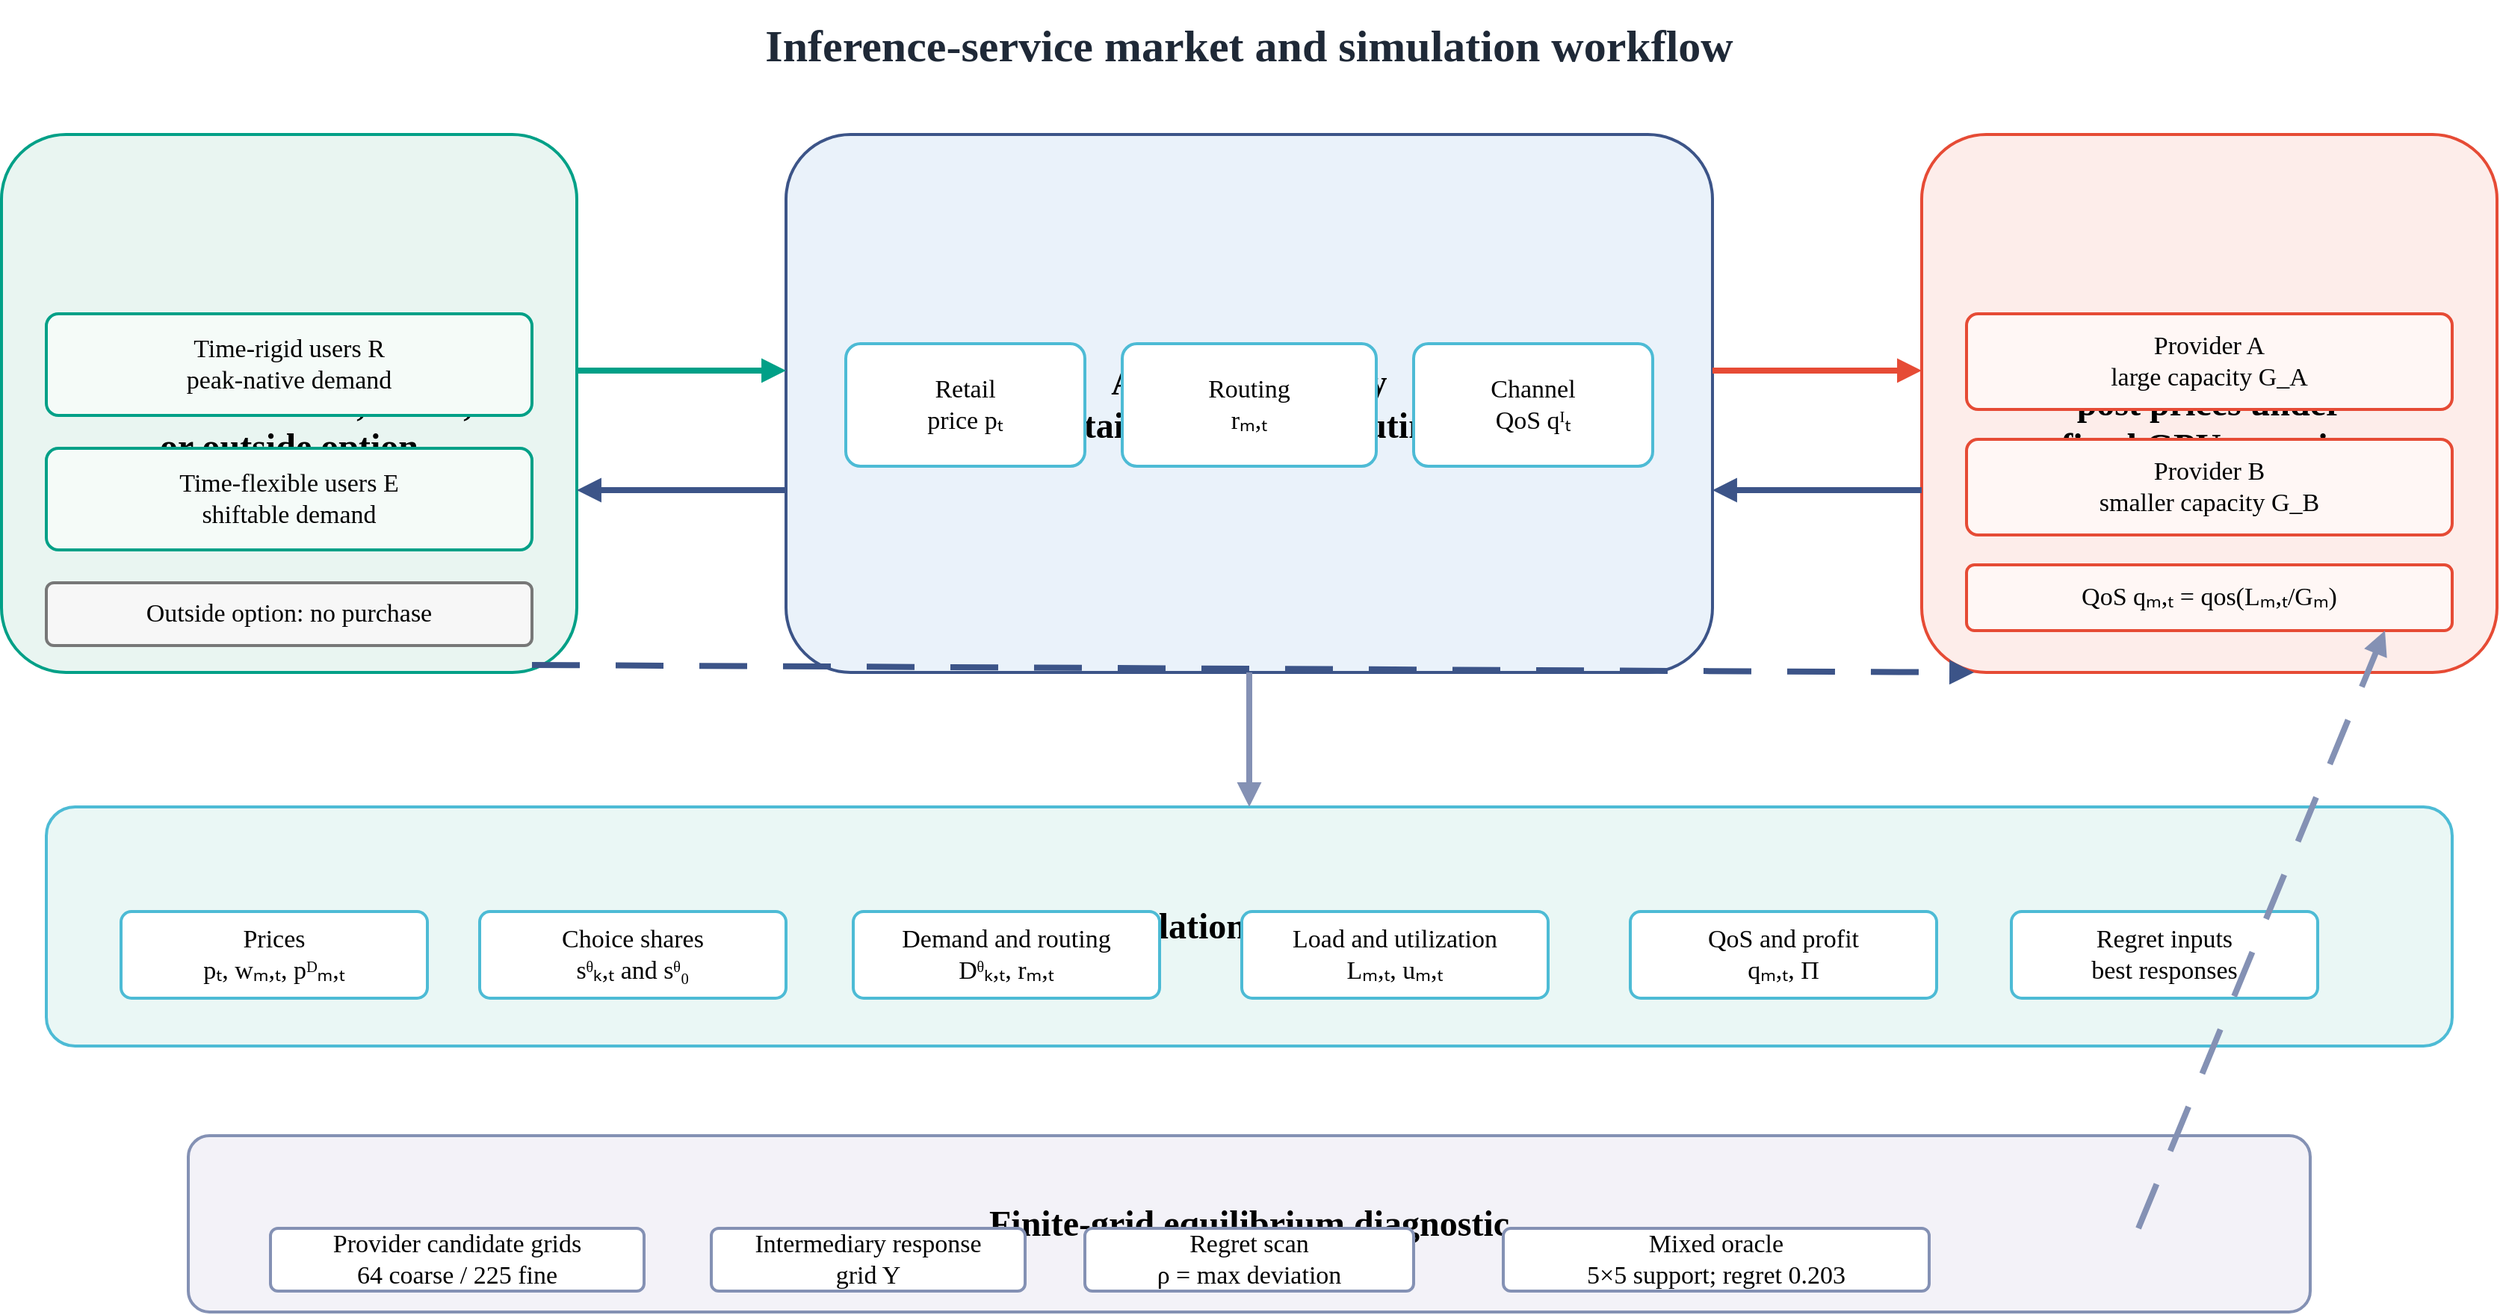
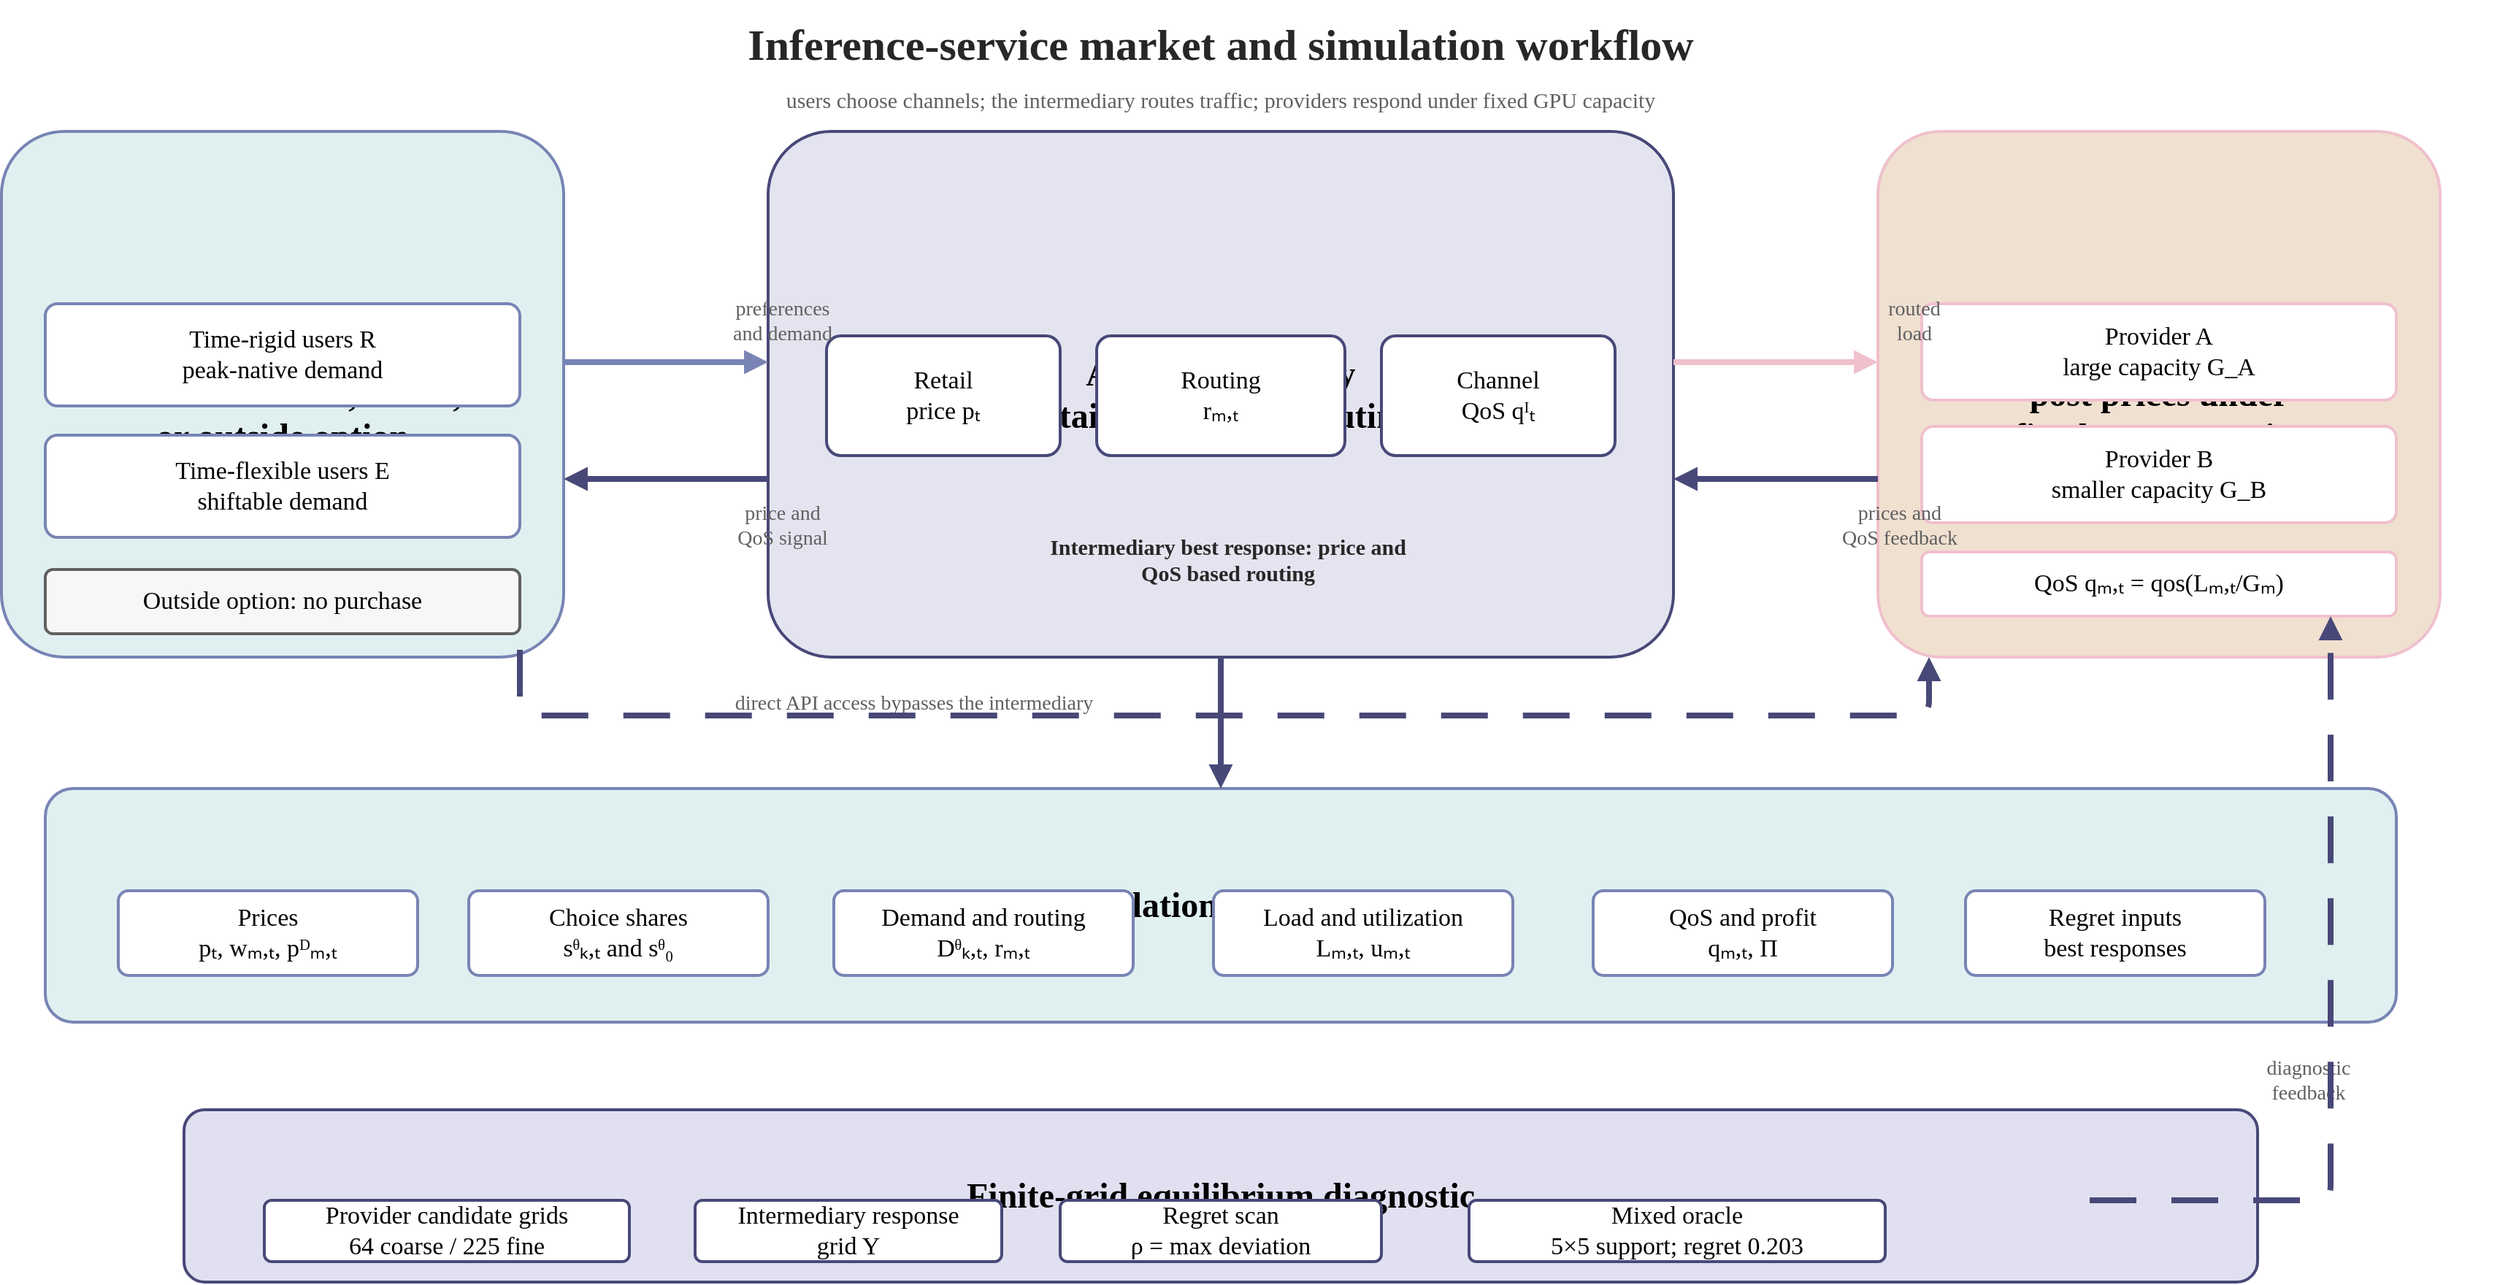
<?xml version='1.0' encoding='UTF-8'?>
<mxfile host="drawio" version="26.0.0">
  <diagram name="Page-1">
    <mxGraphModel dx="1800" dy="1020" grid="1" gridSize="10" guides="1" tooltips="1" connect="1" arrows="1" fold="1" page="1" pageScale="1" pageWidth="1800" pageHeight="1020" math="0" shadow="0">
      <root>
        <mxCell id="0" />
        <mxCell id="1" parent="0" />
-         <mxCell id="2" value="&lt;div&gt;Inference-service market and simulation workflow&lt;/div&gt;" style="text;html=1;strokeColor=none;fillColor=none;whiteSpace=wrap;fontFamily=Times New Roman;fontSize=30;fontColor=#1F2937;fontStyle=1;align=center;verticalAlign=middle;" vertex="1" parent="1">
+         <mxCell id="2" value="&lt;div&gt;Inference-service market and simulation workflow&lt;/div&gt;" style="text;html=1;strokeColor=none;fillColor=none;whiteSpace=wrap;fontFamily=Times New Roman;fontSize=30;fontColor=#272727;fontStyle=1;align=center;verticalAlign=middle;" vertex="1" parent="1">
          <mxGeometry as="geometry" x="520" y="30" width="760" height="60" />
        </mxCell>
-         <mxCell id="3" value="&lt;div&gt;Users&lt;br&gt;choose brokered, direct,&lt;br&gt;or outside option&lt;/div&gt;" style="rounded=1;whiteSpace=wrap;html=1;arcSize=12;fillColor=#E9F5F1;strokeColor=#00A087;strokeWidth=2;fontFamily=Times New Roman;fontSize=24;fontStyle=1;align=center;verticalAlign=middle;" vertex="1" parent="1">
+         <mxCell id="3" value="&lt;div&gt;users choose channels; the intermediary routes traffic; providers respond under fixed GPU capacity&lt;/div&gt;" style="text;html=1;strokeColor=none;fillColor=none;whiteSpace=wrap;fontFamily=Times New Roman;fontSize=15;fontColor=#606060;fontStyle=0;align=center;verticalAlign=middle;" vertex="1" parent="1">
+           <mxGeometry as="geometry" x="470" y="80" width="860" height="35" />
+         </mxCell>
+         <mxCell id="4" value="&lt;div&gt;Users&lt;br&gt;choose brokered, direct,&lt;br&gt;or outside option&lt;/div&gt;" style="rounded=1;whiteSpace=wrap;html=1;arcSize=12;fillColor=#E0F0F0;strokeColor=#7884B4;strokeWidth=2;fontFamily=Times New Roman;fontSize=24;fontStyle=1;align=center;verticalAlign=middle;" vertex="1" parent="1">
          <mxGeometry as="geometry" x="65" y="120" width="385" height="360" />
        </mxCell>
-         <mxCell id="4" value="&lt;div&gt;API Intermediary&lt;br&gt;sets retail price pₜ and routing rₘ,ₜ&lt;/div&gt;" style="rounded=1;whiteSpace=wrap;html=1;arcSize=12;fillColor=#EAF2FA;strokeColor=#3C5488;strokeWidth=2;fontFamily=Times New Roman;fontSize=24;fontStyle=1;align=center;verticalAlign=middle;" vertex="1" parent="1">
+         <mxCell id="5" value="&lt;div&gt;API Intermediary&lt;br&gt;sets retail price pₜ and routing rₘ,ₜ&lt;/div&gt;" style="rounded=1;whiteSpace=wrap;html=1;arcSize=12;fillColor=#E4E4F0;strokeColor=#484878;strokeWidth=2;fontFamily=Times New Roman;fontSize=24;fontStyle=1;align=center;verticalAlign=middle;" vertex="1" parent="1">
          <mxGeometry as="geometry" x="590" y="120" width="620" height="360" />
        </mxCell>
-         <mxCell id="5" value="&lt;div&gt;Inference Providers&lt;br&gt;post prices under&lt;br&gt;fixed GPU capacity&lt;/div&gt;" style="rounded=1;whiteSpace=wrap;html=1;arcSize=12;fillColor=#FDEDEA;strokeColor=#E64B35;strokeWidth=2;fontFamily=Times New Roman;fontSize=24;fontStyle=1;align=center;verticalAlign=middle;" vertex="1" parent="1">
+         <mxCell id="6" value="&lt;div&gt;Inference Providers&lt;br&gt;post prices under&lt;br&gt;fixed GPU capacity&lt;/div&gt;" style="rounded=1;whiteSpace=wrap;html=1;arcSize=12;fillColor=#F0E0D0;strokeColor=#F0C0CC;strokeWidth=2;fontFamily=Times New Roman;fontSize=24;fontStyle=1;align=center;verticalAlign=middle;" vertex="1" parent="1">
          <mxGeometry as="geometry" x="1350" y="120" width="385" height="360" />
        </mxCell>
-         <mxCell id="6" value="&lt;div&gt;Simulation fixed point&lt;/div&gt;" style="rounded=1;whiteSpace=wrap;html=1;arcSize=12;fillColor=#EAF7F5;strokeColor=#4DBBD5;strokeWidth=2;fontFamily=Times New Roman;fontSize=24;fontStyle=1;align=center;verticalAlign=middle;" vertex="1" parent="1">
+         <mxCell id="7" value="&lt;div&gt;Simulation fixed point&lt;/div&gt;" style="rounded=1;whiteSpace=wrap;html=1;arcSize=12;fillColor=#E0F0F0;strokeColor=#7884B4;strokeWidth=2;fontFamily=Times New Roman;fontSize=24;fontStyle=1;align=center;verticalAlign=middle;" vertex="1" parent="1">
          <mxGeometry as="geometry" x="95" y="570" width="1610" height="160" />
        </mxCell>
-         <mxCell id="7" value="&lt;div&gt;Finite-grid equilibrium diagnostic&lt;/div&gt;" style="rounded=1;whiteSpace=wrap;html=1;arcSize=12;fillColor=#F3F2F8;strokeColor=#8491B4;strokeWidth=2;fontFamily=Times New Roman;fontSize=24;fontStyle=1;align=center;verticalAlign=middle;" vertex="1" parent="1">
+         <mxCell id="8" value="&lt;div&gt;Finite-grid equilibrium diagnostic&lt;/div&gt;" style="rounded=1;whiteSpace=wrap;html=1;arcSize=12;fillColor=#E0E0F0;strokeColor=#484878;strokeWidth=2;fontFamily=Times New Roman;fontSize=24;fontStyle=1;align=center;verticalAlign=middle;" vertex="1" parent="1">
          <mxGeometry as="geometry" x="190" y="790" width="1420" height="118" />
        </mxCell>
-         <mxCell id="8" value="&lt;div&gt;Time-rigid users R&lt;br&gt;peak-native demand&lt;/div&gt;" style="rounded=1;whiteSpace=wrap;html=1;arcSize=12;fillColor=#F5FBF8;strokeColor=#00A087;strokeWidth=2;fontFamily=Times New Roman;fontSize=17;fontStyle=0;align=center;verticalAlign=middle;" vertex="1" parent="1">
-           <mxGeometry as="geometry" x="95" y="240" width="325" height="68" />
+         <mxCell id="9" value="&lt;div&gt;Time-rigid users R&lt;br&gt;peak-native demand&lt;/div&gt;" style="rounded=1;whiteSpace=wrap;html=1;arcSize=12;fillColor=#FFFFFF;strokeColor=#7884B4;strokeWidth=2;fontFamily=Times New Roman;fontSize=17;fontStyle=0;align=center;verticalAlign=middle;" vertex="1" parent="1">
+           <mxGeometry as="geometry" x="95" y="238" width="325" height="70" />
        </mxCell>
-         <mxCell id="9" value="&lt;div&gt;Time-flexible users E&lt;br&gt;shiftable demand&lt;/div&gt;" style="rounded=1;whiteSpace=wrap;html=1;arcSize=12;fillColor=#F5FBF8;strokeColor=#00A087;strokeWidth=2;fontFamily=Times New Roman;fontSize=17;fontStyle=0;align=center;verticalAlign=middle;" vertex="1" parent="1">
-           <mxGeometry as="geometry" x="95" y="330" width="325" height="68" />
+         <mxCell id="10" value="&lt;div&gt;Time-flexible users E&lt;br&gt;shiftable demand&lt;/div&gt;" style="rounded=1;whiteSpace=wrap;html=1;arcSize=12;fillColor=#FFFFFF;strokeColor=#7884B4;strokeWidth=2;fontFamily=Times New Roman;fontSize=17;fontStyle=0;align=center;verticalAlign=middle;" vertex="1" parent="1">
+           <mxGeometry as="geometry" x="95" y="328" width="325" height="70" />
        </mxCell>
-         <mxCell id="10" value="&lt;div&gt;Outside option: no purchase&lt;/div&gt;" style="rounded=1;whiteSpace=wrap;html=1;arcSize=12;fillColor=#F7F7F7;strokeColor=#777777;strokeWidth=2;fontFamily=Times New Roman;fontSize=17;fontStyle=0;align=center;verticalAlign=middle;" vertex="1" parent="1">
-           <mxGeometry as="geometry" x="95" y="420" width="325" height="42" />
+         <mxCell id="11" value="&lt;div&gt;Outside option: no purchase&lt;/div&gt;" style="rounded=1;whiteSpace=wrap;html=1;arcSize=12;fillColor=#F7F7F7;strokeColor=#606060;strokeWidth=2;fontFamily=Times New Roman;fontSize=17;fontStyle=0;align=center;verticalAlign=middle;" vertex="1" parent="1">
+           <mxGeometry as="geometry" x="95" y="420" width="325" height="44" />
        </mxCell>
-         <mxCell id="11" value="&lt;div&gt;Retail&lt;br&gt;price pₜ&lt;/div&gt;" style="rounded=1;whiteSpace=wrap;html=1;arcSize=12;fillColor=#FFFFFF;strokeColor=#4DBBD5;strokeWidth=2;fontFamily=Times New Roman;fontSize=17;fontStyle=0;align=center;verticalAlign=middle;" vertex="1" parent="1">
+         <mxCell id="12" value="&lt;div&gt;Retail&lt;br&gt;price pₜ&lt;/div&gt;" style="rounded=1;whiteSpace=wrap;html=1;arcSize=12;fillColor=#FFFFFF;strokeColor=#484878;strokeWidth=2;fontFamily=Times New Roman;fontSize=17;fontStyle=0;align=center;verticalAlign=middle;" vertex="1" parent="1">
          <mxGeometry as="geometry" x="630" y="260" width="160" height="82" />
        </mxCell>
-         <mxCell id="12" value="&lt;div&gt;Routing&lt;br&gt;rₘ,ₜ&lt;/div&gt;" style="rounded=1;whiteSpace=wrap;html=1;arcSize=12;fillColor=#FFFFFF;strokeColor=#4DBBD5;strokeWidth=2;fontFamily=Times New Roman;fontSize=17;fontStyle=0;align=center;verticalAlign=middle;" vertex="1" parent="1">
+         <mxCell id="13" value="&lt;div&gt;Routing&lt;br&gt;rₘ,ₜ&lt;/div&gt;" style="rounded=1;whiteSpace=wrap;html=1;arcSize=12;fillColor=#FFFFFF;strokeColor=#484878;strokeWidth=2;fontFamily=Times New Roman;fontSize=17;fontStyle=0;align=center;verticalAlign=middle;" vertex="1" parent="1">
          <mxGeometry as="geometry" x="815" y="260" width="170" height="82" />
        </mxCell>
-         <mxCell id="13" value="&lt;div&gt;Channel&lt;br&gt;QoS qᴵₜ&lt;/div&gt;" style="rounded=1;whiteSpace=wrap;html=1;arcSize=12;fillColor=#FFFFFF;strokeColor=#4DBBD5;strokeWidth=2;fontFamily=Times New Roman;fontSize=17;fontStyle=0;align=center;verticalAlign=middle;" vertex="1" parent="1">
+         <mxCell id="14" value="&lt;div&gt;Channel&lt;br&gt;QoS qᴵₜ&lt;/div&gt;" style="rounded=1;whiteSpace=wrap;html=1;arcSize=12;fillColor=#FFFFFF;strokeColor=#484878;strokeWidth=2;fontFamily=Times New Roman;fontSize=17;fontStyle=0;align=center;verticalAlign=middle;" vertex="1" parent="1">
          <mxGeometry as="geometry" x="1010" y="260" width="160" height="82" />
        </mxCell>
-         <mxCell id="14" value="&lt;div&gt;Provider A&lt;br&gt;large capacity G_A&lt;/div&gt;" style="rounded=1;whiteSpace=wrap;html=1;arcSize=12;fillColor=#FFF7F5;strokeColor=#E64B35;strokeWidth=2;fontFamily=Times New Roman;fontSize=17;fontStyle=0;align=center;verticalAlign=middle;" vertex="1" parent="1">
-           <mxGeometry as="geometry" x="1380" y="240" width="325" height="64" />
+         <mxCell id="15" value="&lt;div&gt;Provider A&lt;br&gt;large capacity G_A&lt;/div&gt;" style="rounded=1;whiteSpace=wrap;html=1;arcSize=12;fillColor=#FFFFFF;strokeColor=#F0C0CC;strokeWidth=2;fontFamily=Times New Roman;fontSize=17;fontStyle=0;align=center;verticalAlign=middle;" vertex="1" parent="1">
+           <mxGeometry as="geometry" x="1380" y="238" width="325" height="66" />
        </mxCell>
-         <mxCell id="15" value="&lt;div&gt;Provider B&lt;br&gt;smaller capacity G_B&lt;/div&gt;" style="rounded=1;whiteSpace=wrap;html=1;arcSize=12;fillColor=#FFF7F5;strokeColor=#E64B35;strokeWidth=2;fontFamily=Times New Roman;fontSize=17;fontStyle=0;align=center;verticalAlign=middle;" vertex="1" parent="1">
-           <mxGeometry as="geometry" x="1380" y="324" width="325" height="64" />
+         <mxCell id="16" value="&lt;div&gt;Provider B&lt;br&gt;smaller capacity G_B&lt;/div&gt;" style="rounded=1;whiteSpace=wrap;html=1;arcSize=12;fillColor=#FFFFFF;strokeColor=#F0C0CC;strokeWidth=2;fontFamily=Times New Roman;fontSize=17;fontStyle=0;align=center;verticalAlign=middle;" vertex="1" parent="1">
+           <mxGeometry as="geometry" x="1380" y="322" width="325" height="66" />
        </mxCell>
-         <mxCell id="16" value="&lt;div&gt;QoS qₘ,ₜ = qos(Lₘ,ₜ/Gₘ)&lt;/div&gt;" style="rounded=1;whiteSpace=wrap;html=1;arcSize=12;fillColor=#FFF7F5;strokeColor=#E64B35;strokeWidth=2;fontFamily=Times New Roman;fontSize=17;fontStyle=0;align=center;verticalAlign=middle;" vertex="1" parent="1">
+         <mxCell id="17" value="&lt;div&gt;QoS qₘ,ₜ = qos(Lₘ,ₜ/Gₘ)&lt;/div&gt;" style="rounded=1;whiteSpace=wrap;html=1;arcSize=12;fillColor=#FFFFFF;strokeColor=#F0C0CC;strokeWidth=2;fontFamily=Times New Roman;fontSize=17;fontStyle=0;align=center;verticalAlign=middle;" vertex="1" parent="1">
          <mxGeometry as="geometry" x="1380" y="408" width="325" height="44" />
        </mxCell>
-         <mxCell id="17" value="&lt;div&gt;Prices&lt;br&gt;pₜ, wₘ,ₜ, pᴰₘ,ₜ&lt;/div&gt;" style="rounded=1;whiteSpace=wrap;html=1;arcSize=12;fillColor=#FFFFFF;strokeColor=#4DBBD5;strokeWidth=2;fontFamily=Times New Roman;fontSize=17;fontStyle=0;align=center;verticalAlign=middle;" vertex="1" parent="1">
+         <mxCell id="18" value="&lt;div&gt;Prices&lt;br&gt;pₜ, wₘ,ₜ, pᴰₘ,ₜ&lt;/div&gt;" style="rounded=1;whiteSpace=wrap;html=1;arcSize=12;fillColor=#FFFFFF;strokeColor=#7884B4;strokeWidth=2;fontFamily=Times New Roman;fontSize=17;fontStyle=0;align=center;verticalAlign=middle;" vertex="1" parent="1">
          <mxGeometry as="geometry" x="145" y="640" width="205" height="58" />
        </mxCell>
-         <mxCell id="18" value="&lt;div&gt;Choice shares&lt;br&gt;sᶿₖ,ₜ and sᶿ₀&lt;/div&gt;" style="rounded=1;whiteSpace=wrap;html=1;arcSize=12;fillColor=#FFFFFF;strokeColor=#4DBBD5;strokeWidth=2;fontFamily=Times New Roman;fontSize=17;fontStyle=0;align=center;verticalAlign=middle;" vertex="1" parent="1">
+         <mxCell id="19" value="&lt;div&gt;Choice shares&lt;br&gt;sᶿₖ,ₜ and sᶿ₀&lt;/div&gt;" style="rounded=1;whiteSpace=wrap;html=1;arcSize=12;fillColor=#FFFFFF;strokeColor=#7884B4;strokeWidth=2;fontFamily=Times New Roman;fontSize=17;fontStyle=0;align=center;verticalAlign=middle;" vertex="1" parent="1">
          <mxGeometry as="geometry" x="385" y="640" width="205" height="58" />
        </mxCell>
-         <mxCell id="19" value="&lt;div&gt;Demand and routing&lt;br&gt;Dᶿₖ,ₜ, rₘ,ₜ&lt;/div&gt;" style="rounded=1;whiteSpace=wrap;html=1;arcSize=12;fillColor=#FFFFFF;strokeColor=#4DBBD5;strokeWidth=2;fontFamily=Times New Roman;fontSize=17;fontStyle=0;align=center;verticalAlign=middle;" vertex="1" parent="1">
+         <mxCell id="20" value="&lt;div&gt;Demand and routing&lt;br&gt;Dᶿₖ,ₜ, rₘ,ₜ&lt;/div&gt;" style="rounded=1;whiteSpace=wrap;html=1;arcSize=12;fillColor=#FFFFFF;strokeColor=#7884B4;strokeWidth=2;fontFamily=Times New Roman;fontSize=17;fontStyle=0;align=center;verticalAlign=middle;" vertex="1" parent="1">
          <mxGeometry as="geometry" x="635" y="640" width="205" height="58" />
        </mxCell>
-         <mxCell id="20" value="&lt;div&gt;Load and utilization&lt;br&gt;Lₘ,ₜ, uₘ,ₜ&lt;/div&gt;" style="rounded=1;whiteSpace=wrap;html=1;arcSize=12;fillColor=#FFFFFF;strokeColor=#4DBBD5;strokeWidth=2;fontFamily=Times New Roman;fontSize=17;fontStyle=0;align=center;verticalAlign=middle;" vertex="1" parent="1">
+         <mxCell id="21" value="&lt;div&gt;Load and utilization&lt;br&gt;Lₘ,ₜ, uₘ,ₜ&lt;/div&gt;" style="rounded=1;whiteSpace=wrap;html=1;arcSize=12;fillColor=#FFFFFF;strokeColor=#7884B4;strokeWidth=2;fontFamily=Times New Roman;fontSize=17;fontStyle=0;align=center;verticalAlign=middle;" vertex="1" parent="1">
          <mxGeometry as="geometry" x="895" y="640" width="205" height="58" />
        </mxCell>
-         <mxCell id="21" value="&lt;div&gt;QoS and profit&lt;br&gt;qₘ,ₜ, Π&lt;/div&gt;" style="rounded=1;whiteSpace=wrap;html=1;arcSize=12;fillColor=#FFFFFF;strokeColor=#4DBBD5;strokeWidth=2;fontFamily=Times New Roman;fontSize=17;fontStyle=0;align=center;verticalAlign=middle;" vertex="1" parent="1">
+         <mxCell id="22" value="&lt;div&gt;QoS and profit&lt;br&gt;qₘ,ₜ, Π&lt;/div&gt;" style="rounded=1;whiteSpace=wrap;html=1;arcSize=12;fillColor=#FFFFFF;strokeColor=#7884B4;strokeWidth=2;fontFamily=Times New Roman;fontSize=17;fontStyle=0;align=center;verticalAlign=middle;" vertex="1" parent="1">
          <mxGeometry as="geometry" x="1155" y="640" width="205" height="58" />
        </mxCell>
-         <mxCell id="22" value="&lt;div&gt;Regret inputs&lt;br&gt;best responses&lt;/div&gt;" style="rounded=1;whiteSpace=wrap;html=1;arcSize=12;fillColor=#FFFFFF;strokeColor=#4DBBD5;strokeWidth=2;fontFamily=Times New Roman;fontSize=17;fontStyle=0;align=center;verticalAlign=middle;" vertex="1" parent="1">
+         <mxCell id="23" value="&lt;div&gt;Regret inputs&lt;br&gt;best responses&lt;/div&gt;" style="rounded=1;whiteSpace=wrap;html=1;arcSize=12;fillColor=#FFFFFF;strokeColor=#7884B4;strokeWidth=2;fontFamily=Times New Roman;fontSize=17;fontStyle=0;align=center;verticalAlign=middle;" vertex="1" parent="1">
          <mxGeometry as="geometry" x="1410" y="640" width="205" height="58" />
        </mxCell>
-         <mxCell id="23" value="&lt;div&gt;Provider candidate grids&lt;br&gt;64 coarse / 225 fine&lt;/div&gt;" style="rounded=1;whiteSpace=wrap;html=1;arcSize=12;fillColor=#FFFFFF;strokeColor=#8491B4;strokeWidth=2;fontFamily=Times New Roman;fontSize=17;fontStyle=0;align=center;verticalAlign=middle;" vertex="1" parent="1">
+         <mxCell id="24" value="&lt;div&gt;Provider candidate grids&lt;br&gt;64 coarse / 225 fine&lt;/div&gt;" style="rounded=1;whiteSpace=wrap;html=1;arcSize=12;fillColor=#FFFFFF;strokeColor=#484878;strokeWidth=2;fontFamily=Times New Roman;fontSize=17;fontStyle=0;align=center;verticalAlign=middle;" vertex="1" parent="1">
          <mxGeometry as="geometry" x="245" y="852" width="250" height="42" />
        </mxCell>
-         <mxCell id="24" value="&lt;div&gt;Intermediary response&lt;br&gt;grid Y&lt;/div&gt;" style="rounded=1;whiteSpace=wrap;html=1;arcSize=12;fillColor=#FFFFFF;strokeColor=#8491B4;strokeWidth=2;fontFamily=Times New Roman;fontSize=17;fontStyle=0;align=center;verticalAlign=middle;" vertex="1" parent="1">
+         <mxCell id="25" value="&lt;div&gt;Intermediary response&lt;br&gt;grid Y&lt;/div&gt;" style="rounded=1;whiteSpace=wrap;html=1;arcSize=12;fillColor=#FFFFFF;strokeColor=#484878;strokeWidth=2;fontFamily=Times New Roman;fontSize=17;fontStyle=0;align=center;verticalAlign=middle;" vertex="1" parent="1">
          <mxGeometry as="geometry" x="540" y="852" width="210" height="42" />
        </mxCell>
-         <mxCell id="25" value="&lt;div&gt;Regret scan&lt;br&gt;ρ = max deviation&lt;/div&gt;" style="rounded=1;whiteSpace=wrap;html=1;arcSize=12;fillColor=#FFFFFF;strokeColor=#8491B4;strokeWidth=2;fontFamily=Times New Roman;fontSize=17;fontStyle=0;align=center;verticalAlign=middle;" vertex="1" parent="1">
+         <mxCell id="26" value="&lt;div&gt;Regret scan&lt;br&gt;ρ = max deviation&lt;/div&gt;" style="rounded=1;whiteSpace=wrap;html=1;arcSize=12;fillColor=#FFFFFF;strokeColor=#484878;strokeWidth=2;fontFamily=Times New Roman;fontSize=17;fontStyle=0;align=center;verticalAlign=middle;" vertex="1" parent="1">
          <mxGeometry as="geometry" x="790" y="852" width="220" height="42" />
        </mxCell>
-         <mxCell id="26" value="&lt;div&gt;Mixed oracle&lt;br&gt;5×5 support; regret 0.203&lt;/div&gt;" style="rounded=1;whiteSpace=wrap;html=1;arcSize=12;fillColor=#FFFFFF;strokeColor=#8491B4;strokeWidth=2;fontFamily=Times New Roman;fontSize=17;fontStyle=0;align=center;verticalAlign=middle;" vertex="1" parent="1">
+         <mxCell id="27" value="&lt;div&gt;Mixed oracle&lt;br&gt;5×5 support; regret 0.203&lt;/div&gt;" style="rounded=1;whiteSpace=wrap;html=1;arcSize=12;fillColor=#FFFFFF;strokeColor=#484878;strokeWidth=2;fontFamily=Times New Roman;fontSize=17;fontStyle=0;align=center;verticalAlign=middle;" vertex="1" parent="1">
          <mxGeometry as="geometry" x="1070" y="852" width="285" height="42" />
        </mxCell>
-         <mxCell id="27" value="" style="endArrow=block;html=1;rounded=1;strokeColor=#00A087;strokeWidth=4;" edge="1" parent="1">
+         <mxCell id="28" value="&lt;div&gt;Intermediary best response: price and QoS based routing&lt;/div&gt;" style="text;html=1;strokeColor=none;fillColor=none;whiteSpace=wrap;fontFamily=Times New Roman;fontSize=15;fontColor=#272727;fontStyle=1;align=center;verticalAlign=middle;" vertex="1" parent="1">
+           <mxGeometry as="geometry" x="780" y="390" width="250" height="45" />
+         </mxCell>
+         <mxCell id="29" value="&lt;div&gt;preferences&lt;br&gt;and demand&lt;/div&gt;" style="text;html=1;strokeColor=none;fillColor=none;whiteSpace=wrap;fontFamily=Times New Roman;fontSize=14;fontColor=#606060;fontStyle=0;align=center;verticalAlign=middle;" vertex="1" parent="1">
+           <mxGeometry as="geometry" x="470" y="230" width="260" height="40" />
+         </mxCell>
+         <mxCell id="30" value="&lt;div&gt;price and&lt;br&gt;QoS signal&lt;/div&gt;" style="text;html=1;strokeColor=none;fillColor=none;whiteSpace=wrap;fontFamily=Times New Roman;fontSize=14;fontColor=#606060;fontStyle=0;align=center;verticalAlign=middle;" vertex="1" parent="1">
+           <mxGeometry as="geometry" x="470" y="370" width="260" height="40" />
+         </mxCell>
+         <mxCell id="31" value="&lt;div&gt;routed&lt;br&gt;load&lt;/div&gt;" style="text;html=1;strokeColor=none;fillColor=none;whiteSpace=wrap;fontFamily=Times New Roman;fontSize=14;fontColor=#606060;fontStyle=0;align=center;verticalAlign=middle;" vertex="1" parent="1">
+           <mxGeometry as="geometry" x="1245" y="230" width="260" height="40" />
+         </mxCell>
+         <mxCell id="32" value="&lt;div&gt;prices and&lt;br&gt;QoS feedback&lt;/div&gt;" style="text;html=1;strokeColor=none;fillColor=none;whiteSpace=wrap;fontFamily=Times New Roman;fontSize=14;fontColor=#606060;fontStyle=0;align=center;verticalAlign=middle;" vertex="1" parent="1">
+           <mxGeometry as="geometry" x="1235" y="370" width="260" height="40" />
+         </mxCell>
+         <mxCell id="33" value="&lt;div&gt;direct API access bypasses the intermediary&lt;/div&gt;" style="text;html=1;strokeColor=none;fillColor=none;whiteSpace=wrap;fontFamily=Times New Roman;fontSize=14;fontColor=#606060;fontStyle=0;align=center;verticalAlign=middle;" vertex="1" parent="1">
+           <mxGeometry as="geometry" x="560" y="492" width="260" height="40" />
+         </mxCell>
+         <mxCell id="34" value="&lt;div&gt;diagnostic&lt;br&gt;feedback&lt;/div&gt;" style="text;html=1;strokeColor=none;fillColor=none;whiteSpace=wrap;fontFamily=Times New Roman;fontSize=14;fontColor=#606060;fontStyle=0;align=center;verticalAlign=middle;" vertex="1" parent="1">
+           <mxGeometry as="geometry" x="1515" y="750" width="260" height="40" />
+         </mxCell>
+         <mxCell id="35" value="" style="endArrow=block;html=1;rounded=1;strokeColor=#7884B4;strokeWidth=4;" edge="1" parent="1">
          <mxGeometry as="geometry" relative="1">
            <mxPoint as="sourcePoint" x="450" y="278" />
            <mxPoint as="targetPoint" x="590" y="278" />
          </mxGeometry>
        </mxCell>
-         <mxCell id="28" value="" style="endArrow=block;html=1;rounded=1;strokeColor=#3C5488;strokeWidth=4;" edge="1" parent="1">
+         <mxCell id="36" value="" style="endArrow=block;html=1;rounded=1;strokeColor=#484878;strokeWidth=4;" edge="1" parent="1">
          <mxGeometry as="geometry" relative="1">
            <mxPoint as="sourcePoint" x="590" y="358" />
            <mxPoint as="targetPoint" x="450" y="358" />
          </mxGeometry>
        </mxCell>
-         <mxCell id="29" value="" style="endArrow=block;html=1;rounded=1;strokeColor=#E64B35;strokeWidth=4;" edge="1" parent="1">
+         <mxCell id="37" value="" style="endArrow=block;html=1;rounded=1;strokeColor=#F0C0CC;strokeWidth=4;" edge="1" parent="1">
          <mxGeometry as="geometry" relative="1">
            <mxPoint as="sourcePoint" x="1210" y="278" />
            <mxPoint as="targetPoint" x="1350" y="278" />
          </mxGeometry>
        </mxCell>
-         <mxCell id="30" value="" style="endArrow=block;html=1;rounded=1;strokeColor=#3C5488;strokeWidth=4;" edge="1" parent="1">
+         <mxCell id="38" value="" style="endArrow=block;html=1;rounded=1;strokeColor=#484878;strokeWidth=4;" edge="1" parent="1">
          <mxGeometry as="geometry" relative="1">
            <mxPoint as="sourcePoint" x="1350" y="358" />
            <mxPoint as="targetPoint" x="1210" y="358" />
          </mxGeometry>
        </mxCell>
-         <mxCell id="31" value="" style="endArrow=block;html=1;rounded=1;strokeColor=#3C5488;strokeWidth=4;dashed=1;dashPattern=8 6;" edge="1" parent="1">
-           <mxGeometry as="geometry" relative="1">
-             <mxPoint as="sourcePoint" x="420" y="475" />
-             <mxPoint as="targetPoint" x="1385" y="480" />
-           </mxGeometry>
-         </mxCell>
-         <mxCell id="32" value="" style="endArrow=block;html=1;rounded=1;strokeColor=#8491B4;strokeWidth=4;" edge="1" parent="1">
+         <mxCell id="39" value="" style="endArrow=block;html=1;rounded=1;strokeColor=#484878;strokeWidth=4;" edge="1" parent="1">
          <mxGeometry as="geometry" relative="1">
            <mxPoint as="sourcePoint" x="900" y="480" />
            <mxPoint as="targetPoint" x="900" y="570" />
          </mxGeometry>
        </mxCell>
-         <mxCell id="33" value="" style="endArrow=block;html=1;rounded=1;strokeColor=#8491B4;strokeWidth=4;dashed=1;dashPattern=8 6;" edge="1" parent="1">
+         <mxCell id="40" value="" style="endArrow=block;html=1;rounded=1;edgeStyle=orthogonalEdgeStyle;strokeColor=#484878;strokeWidth=4;dashed=1;dashPattern=8 6;" edge="1" parent="1">
+           <mxGeometry as="geometry" relative="1">
+             <mxPoint as="sourcePoint" x="420" y="475" />
+             <Array as="points">
+               <mxPoint x="500" y="520" />
+               <mxPoint x="1320" y="520" />
+             </Array>
+             <mxPoint as="targetPoint" x="1385" y="480" />
+           </mxGeometry>
+         </mxCell>
+         <mxCell id="41" value="" style="endArrow=block;html=1;rounded=1;edgeStyle=orthogonalEdgeStyle;strokeColor=#484878;strokeWidth=4;dashed=1;dashPattern=8 6;" edge="1" parent="1">
          <mxGeometry as="geometry" relative="1">
            <mxPoint as="sourcePoint" x="1495" y="852" />
+             <Array as="points">
+               <mxPoint x="1660" y="852" />
+             </Array>
            <mxPoint as="targetPoint" x="1660" y="452" />
          </mxGeometry>
        </mxCell>
      </root>
    </mxGraphModel>
  </diagram>
</mxfile>